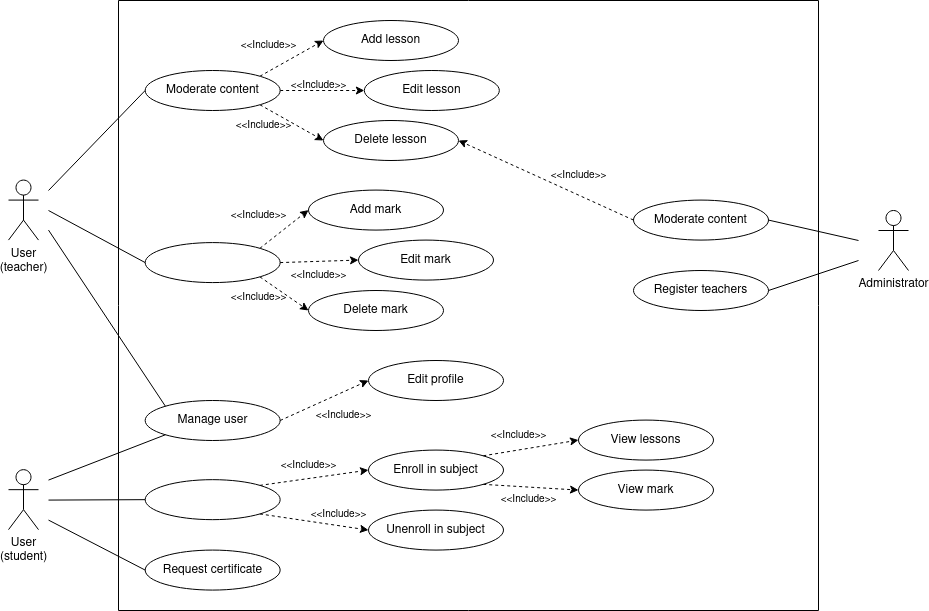
Above: diagrams/use-case.png in Chugani05-JesusLugo2002/LuminoDocs (draw.io), before the change. Source tidied: cells renumbered, new cells last; positions are measured from the earlier drawing's top-left corner, leaving out a move shared by most shapes.
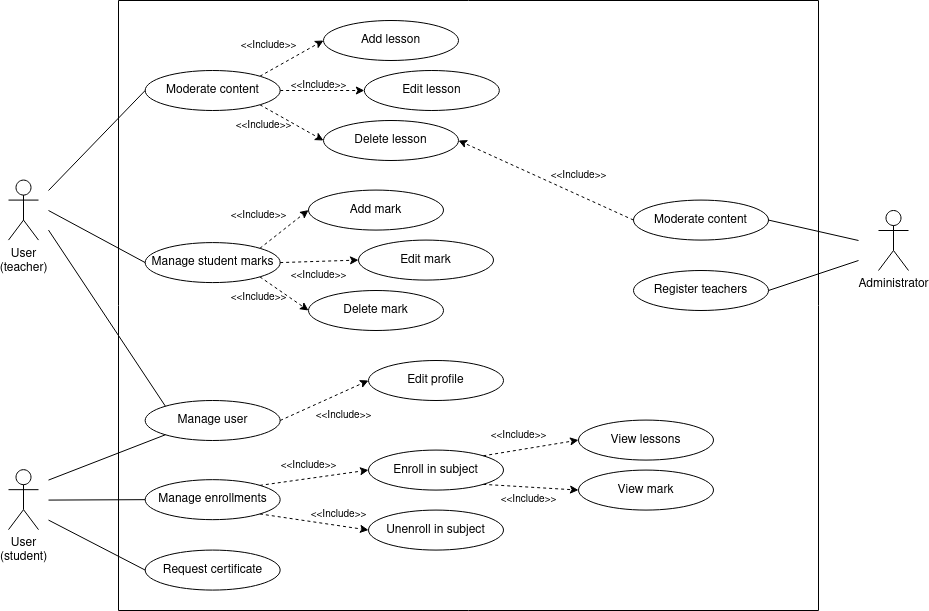
The same file after the commit.

What changed in the source:
```diff
@@ -14,7 +14,7 @@
     <mxCell id="5" value="Delete lesson" style="ellipse;whiteSpace=wrap;html=1;" parent="2" vertex="1">
       <mxGeometry x="205" y="120" width="135" height="40" as="geometry" />
     </mxCell>
-    <mxCell id="6" style="ellipse;whiteSpace=wrap;html=1;" parent="2" vertex="1">
+    <mxCell id="6" value="&lt;div&gt;Manage student marks&lt;/div&gt;" style="ellipse;whiteSpace=wrap;html=1;" parent="2" vertex="1">
       <mxGeometry x="26.7" y="242.1" width="135" height="40" as="geometry" />
     </mxCell>
     <mxCell id="7" style="edgeStyle=orthogonalEdgeStyle;rounded=0;orthogonalLoop=1;jettySize=auto;html=1;exitX=0.5;exitY=1;exitDx=0;exitDy=0;" parent="2" edge="1">
@@ -68,7 +68,7 @@
     <mxCell id="20" value="View lessons" style="ellipse;whiteSpace=wrap;html=1;" parent="2" vertex="1">
       <mxGeometry x="460" y="419.6" width="135" height="40" as="geometry" />
     </mxCell>
-    <mxCell id="21" style="ellipse;whiteSpace=wrap;html=1;" parent="2" vertex="1">
+    <mxCell id="21" value="Manage enrollments" style="ellipse;whiteSpace=wrap;html=1;" parent="2" vertex="1">
       <mxGeometry x="26.7" y="479.2" width="135" height="40" as="geometry" />
     </mxCell>
     <mxCell id="22" style="edgeStyle=orthogonalEdgeStyle;rounded=0;orthogonalLoop=1;jettySize=auto;html=1;exitX=0.5;exitY=1;exitDx=0;exitDy=0;" parent="2" edge="1">
```
